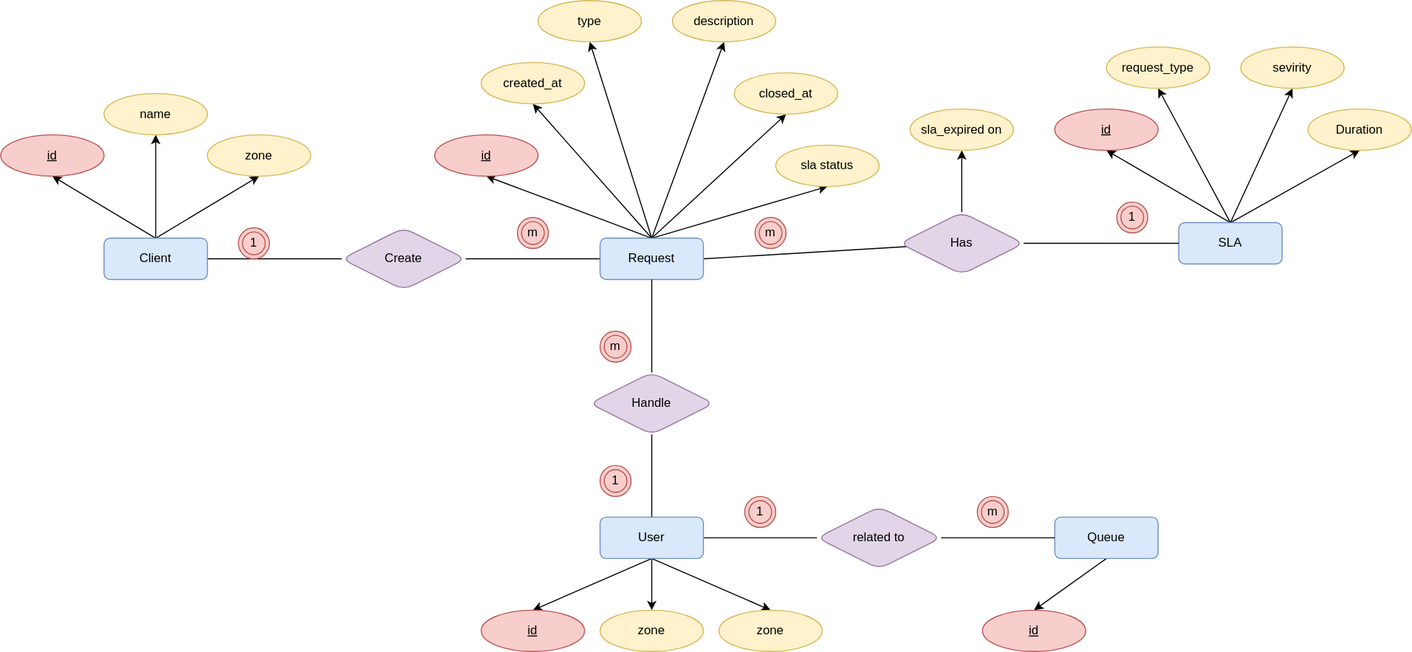
Before: 00-project-designs/SVG/ERD System.drawio.svg, a diagram exported from draw.io (AymanxMohamed/sla-system). Source tidied: cells renumbered, new cells last; positions are measured from the earlier drawing's top-left corner, leaving out a move shared by most shapes.
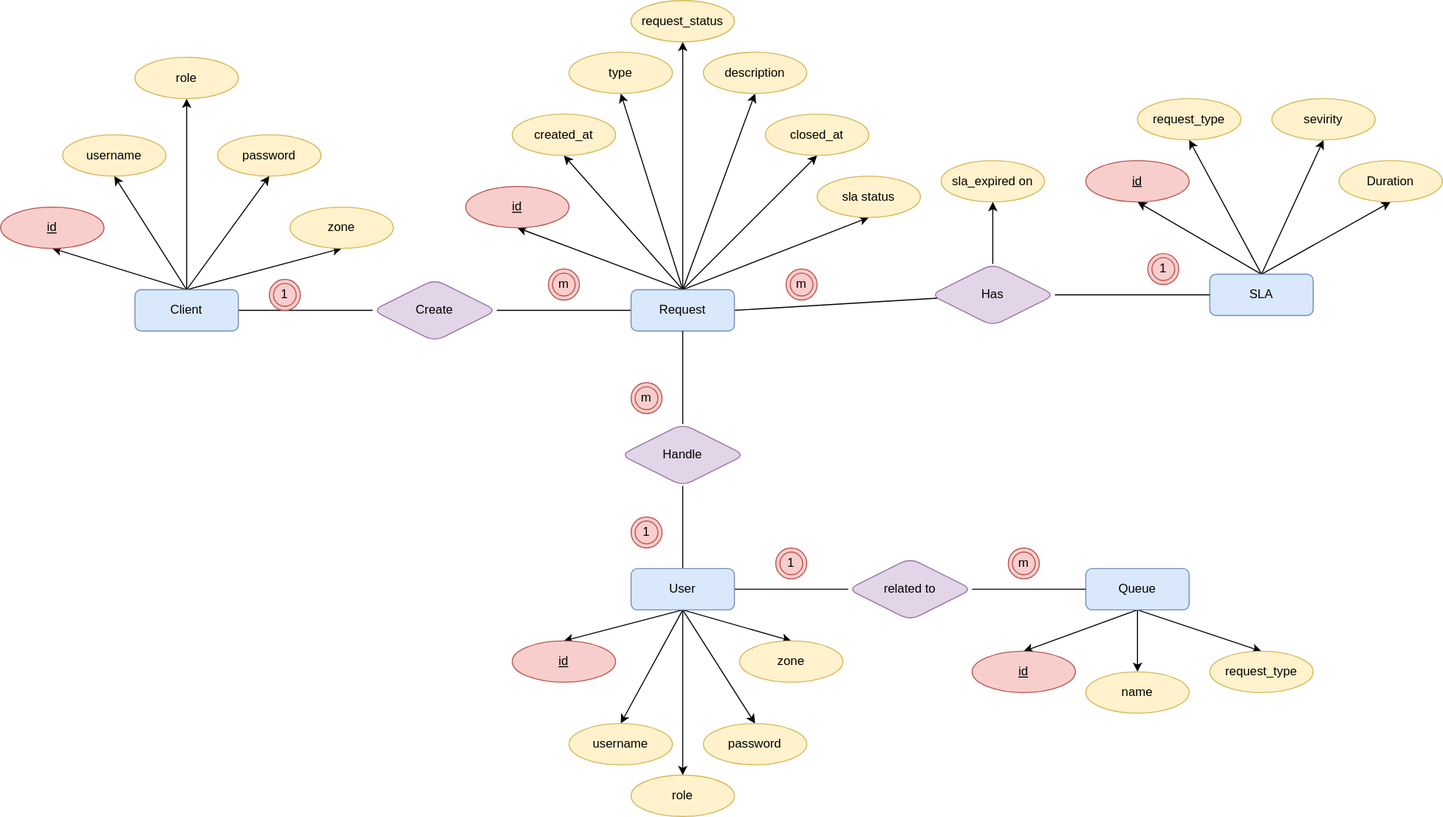
After the commit.

Change to the diagram source:
```diff
@@ -14,12 +14,18 @@
     <mxCell id="5" style="edgeStyle=none;rounded=0;jettySize=auto;html=1;exitX=0.5;exitY=0;exitDx=0;exitDy=0;entryX=0.5;entryY=1;entryDx=0;entryDy=0;endArrow=classic;endFill=1;" parent="1" edge="1" source="8" target="47">
       <mxGeometry relative="1" as="geometry" />
     </mxCell>
-    <mxCell id="6" style="edgeStyle=none;rounded=0;jettySize=auto;html=1;exitX=0.5;exitY=0;exitDx=0;exitDy=0;entryX=0.5;entryY=1;entryDx=0;entryDy=0;endArrow=classic;endFill=1;" parent="1" edge="1" source="8" target="51">
-      <mxGeometry relative="1" as="geometry" />
-    </mxCell>
     <mxCell id="7" style="edgeStyle=none;rounded=0;jettySize=auto;html=1;exitX=0.5;exitY=0;exitDx=0;exitDy=0;entryX=0.5;entryY=1;entryDx=0;entryDy=0;endArrow=classic;endFill=1;" parent="1" edge="1" source="8" target="52">
       <mxGeometry relative="1" as="geometry" />
     </mxCell>
+    <mxCell id="63" style="edgeStyle=none;rounded=0;jettySize=auto;html=1;endArrow=classic;endFill=1;entryX=0.5;entryY=1;entryDx=0;entryDy=0;exitX=0.5;exitY=0;exitDx=0;exitDy=0;" parent="1" edge="1" source="8" target="74">
+      <mxGeometry relative="1" as="geometry" />
+    </mxCell>
+    <mxCell id="64" style="edgeStyle=none;rounded=0;jettySize=auto;html=1;exitX=0.5;exitY=0;exitDx=0;exitDy=0;entryX=0.5;entryY=1;entryDx=0;entryDy=0;endArrow=classic;endFill=1;" parent="1" edge="1" source="8" target="75">
+      <mxGeometry relative="1" as="geometry" />
+    </mxCell>
+    <mxCell id="65" style="edgeStyle=none;rounded=0;jettySize=auto;html=1;exitX=0.5;exitY=0;exitDx=0;exitDy=0;entryX=0.5;entryY=1;entryDx=0;entryDy=0;endArrow=classic;endFill=1;" parent="1" edge="1" source="8" target="76">
+      <mxGeometry relative="1" as="geometry" />
+    </mxCell>
     <mxCell id="8" value="Client" style="whiteSpace=wrap;html=1;align=center;rounded=1;fillColor=#dae8fc;strokeColor=#6c8ebf;" parent="1" vertex="1">
       <mxGeometry x="100" y="230" width="100" height="40" as="geometry" />
     </mxCell>
@@ -38,6 +44,12 @@
     <mxCell id="13" style="edgeStyle=none;rounded=0;jettySize=auto;html=1;exitX=1;exitY=0.5;exitDx=0;exitDy=0;endArrow=none;endFill=0;" parent="1" edge="1" source="14" target="60">
       <mxGeometry relative="1" as="geometry" />
     </mxCell>
+    <mxCell id="66" style="edgeStyle=none;rounded=0;jettySize=auto;html=1;exitX=0.5;exitY=1;exitDx=0;exitDy=0;entryX=0.5;entryY=0;entryDx=0;entryDy=0;endArrow=classic;endFill=1;" parent="1" edge="1" source="14" target="72">
+      <mxGeometry relative="1" as="geometry" />
+    </mxCell>
+    <mxCell id="67" style="edgeStyle=none;rounded=0;jettySize=auto;html=1;exitX=0.5;exitY=1;exitDx=0;exitDy=0;entryX=0.5;entryY=0;entryDx=0;entryDy=0;endArrow=classic;endFill=1;" parent="1" edge="1" source="14" target="73">
+      <mxGeometry relative="1" as="geometry" />
+    </mxCell>
     <mxCell id="14" value="User" style="whiteSpace=wrap;html=1;align=center;rounded=1;fillColor=#dae8fc;strokeColor=#6c8ebf;" parent="1" vertex="1">
       <mxGeometry x="580" y="500" width="100" height="40" as="geometry" />
     </mxCell>
@@ -56,12 +68,15 @@
     <mxCell id="19" style="edgeStyle=none;rounded=0;jettySize=auto;html=1;exitX=1;exitY=0.5;exitDx=0;exitDy=0;endArrow=none;endFill=0;" parent="1" edge="1" source="22" target="41">
       <mxGeometry relative="1" as="geometry" />
     </mxCell>
+    <mxCell id="21" style="edgeStyle=none;rounded=0;jettySize=auto;html=1;exitX=0.5;exitY=0;exitDx=0;exitDy=0;entryX=0.5;entryY=1;entryDx=0;entryDy=0;endArrow=classic;endFill=1;" parent="1" edge="1" source="22" target="50">
+      <mxGeometry relative="1" as="geometry" />
+    </mxCell>
     <mxCell id="20" style="edgeStyle=none;rounded=0;jettySize=auto;html=1;exitX=0.5;exitY=0;exitDx=0;exitDy=0;entryX=0.5;entryY=1;entryDx=0;entryDy=0;endArrow=classic;endFill=1;" parent="1" edge="1" source="22" target="49">
       <mxGeometry relative="1" as="geometry" />
     </mxCell>
-    <mxCell id="21" style="edgeStyle=none;rounded=0;jettySize=auto;html=1;exitX=0.5;exitY=0;exitDx=0;exitDy=0;entryX=0.5;entryY=1;entryDx=0;entryDy=0;endArrow=classic;endFill=1;" parent="1" edge="1" source="22" target="50">
-      <mxGeometry relative="1" as="geometry" />
-    </mxCell>
+    <mxCell id="68" style="edgeStyle=none;rounded=0;jettySize=auto;html=1;exitX=0.5;exitY=0;exitDx=0;exitDy=0;entryX=0.5;entryY=1;entryDx=0;entryDy=0;endArrow=classic;endFill=1;" parent="1" edge="1" source="22" target="77">
+      <mxGeometry relative="1" as="geometry" />
+    </mxCell>
     <mxCell id="22" value="Request" style="whiteSpace=wrap;html=1;align=center;rounded=1;fillColor=#dae8fc;strokeColor=#6c8ebf;" parent="1" vertex="1">
       <mxGeometry x="580" y="230" width="100" height="40" as="geometry" />
     </mxCell>
@@ -90,7 +105,7 @@
       <mxGeometry x="465" y="60" width="100" height="40" as="geometry" />
     </mxCell>
     <mxCell id="31" value="closed_at" style="ellipse;whiteSpace=wrap;html=1;align=center;rounded=1;fillColor=#fff2cc;strokeColor=#d6b656;" parent="1" vertex="1">
-      <mxGeometry x="710" y="70" width="100" height="40" as="geometry" />
+      <mxGeometry x="710" y="60" width="100" height="40" as="geometry" />
     </mxCell>
     <mxCell id="32" value="1" style="ellipse;shape=doubleEllipse;whiteSpace=wrap;html=1;fillColor=#f8cecc;strokeColor=#b85450;" parent="1" vertex="1">
       <mxGeometry x="230" y="220" width="30" height="30" as="geometry" />
@@ -138,40 +153,40 @@
       <mxGeometry x="1265" y="105" width="100" height="40" as="geometry" />
     </mxCell>
     <mxCell id="47" value="id" style="ellipse;whiteSpace=wrap;html=1;align=center;fontStyle=4;rounded=1;fillColor=#f8cecc;strokeColor=#b85450;" parent="1" vertex="1">
-      <mxGeometry y="130" width="100" height="40" as="geometry" />
+      <mxGeometry x="-30" y="150" width="100" height="40" as="geometry" />
     </mxCell>
     <mxCell id="48" value="sla_expired on" style="ellipse;whiteSpace=wrap;html=1;align=center;rounded=1;fillColor=#fff2cc;strokeColor=#d6b656;" parent="1" vertex="1">
       <mxGeometry x="880" y="105" width="100" height="40" as="geometry" />
     </mxCell>
-    <mxCell id="49" value="sla status" style="ellipse;whiteSpace=wrap;html=1;align=center;rounded=1;fillColor=#fff2cc;strokeColor=#d6b656;" parent="1" vertex="1">
-      <mxGeometry x="750" y="140" width="100" height="40" as="geometry" />
-    </mxCell>
     <mxCell id="50" value="description" style="ellipse;whiteSpace=wrap;html=1;align=center;rounded=1;fillColor=#fff2cc;strokeColor=#d6b656;" parent="1" vertex="1">
       <mxGeometry x="650" width="100" height="40" as="geometry" />
     </mxCell>
-    <mxCell id="51" value="name" style="ellipse;whiteSpace=wrap;html=1;align=center;rounded=1;fillColor=#fff2cc;strokeColor=#d6b656;" parent="1" vertex="1">
-      <mxGeometry x="100" y="90" width="100" height="40" as="geometry" />
-    </mxCell>
     <mxCell id="52" value="zone" style="ellipse;whiteSpace=wrap;html=1;align=center;rounded=1;fillColor=#fff2cc;strokeColor=#d6b656;" parent="1" vertex="1">
-      <mxGeometry x="200" y="130" width="100" height="40" as="geometry" />
+      <mxGeometry x="250" y="150" width="100" height="40" as="geometry" />
     </mxCell>
     <mxCell id="53" value="id" style="ellipse;whiteSpace=wrap;html=1;align=center;fontStyle=4;rounded=1;fillColor=#f8cecc;strokeColor=#b85450;" parent="1" vertex="1">
-      <mxGeometry x="465" y="590" width="100" height="40" as="geometry" />
+      <mxGeometry x="465" y="570" width="100" height="40" as="geometry" />
     </mxCell>
-    <mxCell id="54" value="zone" style="ellipse;whiteSpace=wrap;html=1;align=center;rounded=1;fillColor=#fff2cc;strokeColor=#d6b656;" parent="1" vertex="1">
-      <mxGeometry x="580" y="590" width="100" height="40" as="geometry" />
+    <mxCell id="54" value="username" style="ellipse;whiteSpace=wrap;html=1;align=center;rounded=1;fillColor=#fff2cc;strokeColor=#d6b656;" parent="1" vertex="1">
+      <mxGeometry x="520" y="650" width="100" height="40" as="geometry" />
     </mxCell>
     <mxCell id="55" value="zone" style="ellipse;whiteSpace=wrap;html=1;align=center;rounded=1;fillColor=#fff2cc;strokeColor=#d6b656;" parent="1" vertex="1">
-      <mxGeometry x="695" y="590" width="100" height="40" as="geometry" />
+      <mxGeometry x="685" y="570" width="100" height="40" as="geometry" />
     </mxCell>
     <mxCell id="56" style="edgeStyle=none;rounded=0;jettySize=auto;html=1;exitX=0.5;exitY=1;exitDx=0;exitDy=0;entryX=0.5;entryY=0;entryDx=0;entryDy=0;" parent="1" edge="1" source="57" target="58">
       <mxGeometry relative="1" as="geometry" />
     </mxCell>
+    <mxCell id="69" style="edgeStyle=none;rounded=0;jettySize=auto;html=1;exitX=0.5;exitY=1;exitDx=0;exitDy=0;entryX=0.5;entryY=0;entryDx=0;entryDy=0;endArrow=classic;endFill=1;" parent="1" edge="1" source="57" target="51">
+      <mxGeometry relative="1" as="geometry" />
+    </mxCell>
+    <mxCell id="70" style="edgeStyle=none;rounded=0;jettySize=auto;html=1;exitX=0.5;exitY=1;exitDx=0;exitDy=0;entryX=0.5;entryY=0;entryDx=0;entryDy=0;endArrow=classic;endFill=1;" parent="1" edge="1" source="57" target="71">
+      <mxGeometry relative="1" as="geometry" />
+    </mxCell>
     <mxCell id="57" value="Queue" style="whiteSpace=wrap;html=1;align=center;rounded=1;fillColor=#dae8fc;strokeColor=#6c8ebf;" parent="1" vertex="1">
       <mxGeometry x="1020" y="500" width="100" height="40" as="geometry" />
     </mxCell>
     <mxCell id="58" value="id" style="ellipse;whiteSpace=wrap;html=1;align=center;fontStyle=4;rounded=1;fillColor=#f8cecc;strokeColor=#b85450;" parent="1" vertex="1">
-      <mxGeometry x="950" y="590" width="100" height="40" as="geometry" />
+      <mxGeometry x="910" y="580" width="100" height="40" as="geometry" />
     </mxCell>
     <mxCell id="59" style="edgeStyle=none;rounded=0;jettySize=auto;html=1;exitX=1;exitY=0.5;exitDx=0;exitDy=0;endArrow=none;endFill=0;" parent="1" edge="1" source="60" target="57">
       <mxGeometry relative="1" as="geometry" />
@@ -185,5 +200,32 @@
     <mxCell id="62" value="m" style="ellipse;shape=doubleEllipse;whiteSpace=wrap;html=1;fillColor=#f8cecc;strokeColor=#b85450;" parent="1" vertex="1">
       <mxGeometry x="945" y="480" width="30" height="30" as="geometry" />
     </mxCell>
+    <mxCell id="51" value="name" style="ellipse;whiteSpace=wrap;html=1;align=center;rounded=1;fillColor=#fff2cc;strokeColor=#d6b656;" parent="1" vertex="1">
+      <mxGeometry x="1020" y="600" width="100" height="40" as="geometry" />
+    </mxCell>
+    <mxCell id="71" value="request_type" style="ellipse;whiteSpace=wrap;html=1;align=center;rounded=1;fillColor=#fff2cc;strokeColor=#d6b656;" parent="1" vertex="1">
+      <mxGeometry x="1140" y="580" width="100" height="40" as="geometry" />
+    </mxCell>
+    <mxCell id="72" value="password" style="ellipse;whiteSpace=wrap;html=1;align=center;rounded=1;fillColor=#fff2cc;strokeColor=#d6b656;" parent="1" vertex="1">
+      <mxGeometry x="650" y="650" width="100" height="40" as="geometry" />
+    </mxCell>
+    <mxCell id="73" value="role" style="ellipse;whiteSpace=wrap;html=1;align=center;rounded=1;fillColor=#fff2cc;strokeColor=#d6b656;" parent="1" vertex="1">
+      <mxGeometry x="580" y="700" width="100" height="40" as="geometry" />
+    </mxCell>
+    <mxCell id="74" value="username" style="ellipse;whiteSpace=wrap;html=1;align=center;rounded=1;fillColor=#fff2cc;strokeColor=#d6b656;" parent="1" vertex="1">
+      <mxGeometry x="30" y="80" width="100" height="40" as="geometry" />
+    </mxCell>
+    <mxCell id="75" value="password" style="ellipse;whiteSpace=wrap;html=1;align=center;rounded=1;fillColor=#fff2cc;strokeColor=#d6b656;" parent="1" vertex="1">
+      <mxGeometry x="180" y="80" width="100" height="40" as="geometry" />
+    </mxCell>
+    <mxCell id="76" value="role" style="ellipse;whiteSpace=wrap;html=1;align=center;rounded=1;fillColor=#fff2cc;strokeColor=#d6b656;" parent="1" vertex="1">
+      <mxGeometry x="100" y="5" width="100" height="40" as="geometry" />
+    </mxCell>
+    <mxCell id="49" value="sla status" style="ellipse;whiteSpace=wrap;html=1;align=center;rounded=1;fillColor=#fff2cc;strokeColor=#d6b656;" parent="1" vertex="1">
+      <mxGeometry x="760" y="120" width="100" height="40" as="geometry" />
+    </mxCell>
+    <mxCell id="77" value="request_status" style="ellipse;whiteSpace=wrap;html=1;align=center;rounded=1;fillColor=#fff2cc;strokeColor=#d6b656;" parent="1" vertex="1">
+      <mxGeometry x="580" y="-50" width="100" height="40" as="geometry" />
+    </mxCell>
   </root>
 </mxGraphModel>
```
